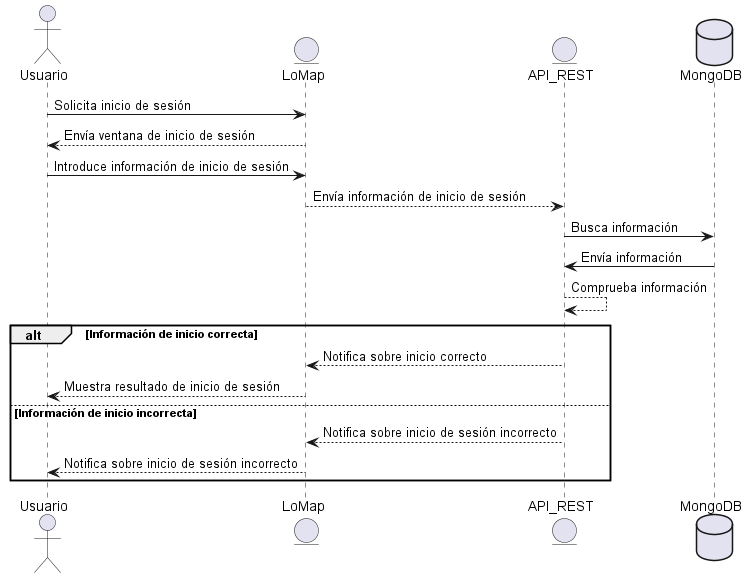
Arquisoft/lomap_es3c keeps this PlantUML diagram as images/Sequence diagram2.png. Above is the earlier version.
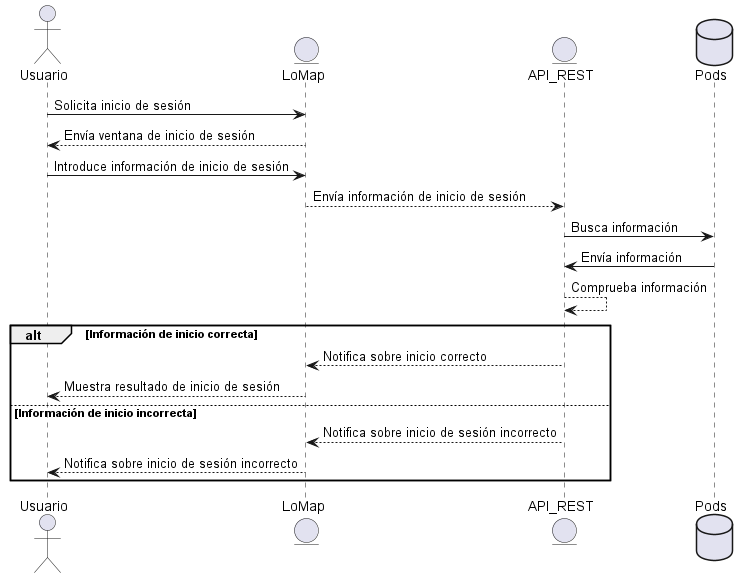
After the commit.

What changed in the source:
```diff
@@ -3,12 +3,12 @@
 entity LoMap
 Usuario -> LoMap: Solicita inicio de sesión
 entity API_REST
-database MongoDB as "MongoDB"
+database Pods as "Pods"
 LoMap--> Usuario: Envía ventana de inicio de sesión
 Usuario -> LoMap: Introduce información de inicio de sesión
 LoMap--> API_REST: Envía información de inicio de sesión
-API_REST -> MongoDB: Busca información
-MongoDB -> API_REST: Envía información
+API_REST -> Pods: Busca información
+Pods -> API_REST: Envía información
 API_REST--> API_REST: Comprueba información
 alt Información de inicio correcta
 API_REST--> LoMap: Notifica sobre inicio correcto
```
